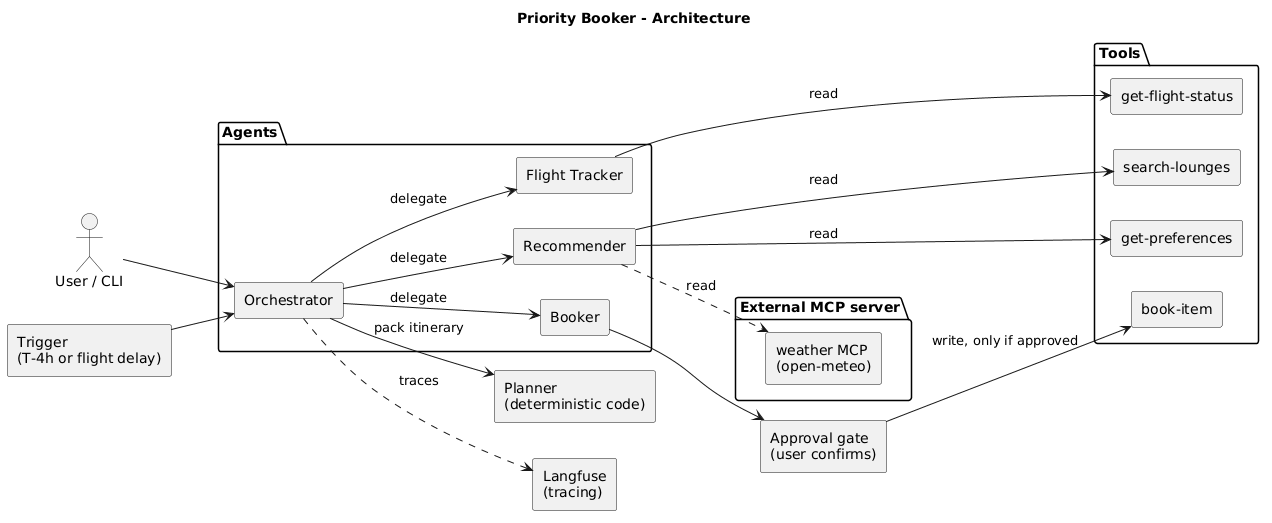
KevinDmello02/priority-booker keeps this PlantUML diagram as docs/diagrams/out/priority-booker-architecture.png. Above is the earlier version. Its diagram source:
```plantuml
@startuml
title Priority Booker - Architecture
left to right direction
skinparam componentStyle rectangle
skinparam shadowing false

actor "User / CLI" as User
rectangle "Trigger\n(T-4h or flight delay)" as Trigger

package "Agents" {
  component "Orchestrator" as O
  component "Flight Tracker" as FT
  component "Recommender" as R
  component "Booker" as B
}

component "Planner\n(deterministic code)" as P

rectangle "Approval gate\n(user confirms)" as G

package "Tools" {
  component "get-flight-status" as T1
  component "search-lounges" as T2
  component "get-preferences" as T3
  component "book-item" as T4
}

package "External MCP server" {
  component "weather MCP\n(open-meteo)" as M1
}

component "Langfuse\n(tracing)" as LF

User --> O
Trigger --> O
O --> FT : delegate
O --> R : delegate
O --> P : pack itinerary
O --> B : delegate
FT --> T1 : read
R --> T2 : read
R --> T3 : read
R ..> M1 : read
B --> G
G --> T4 : write, only if approved
O ..> LF : traces
@enduml
```
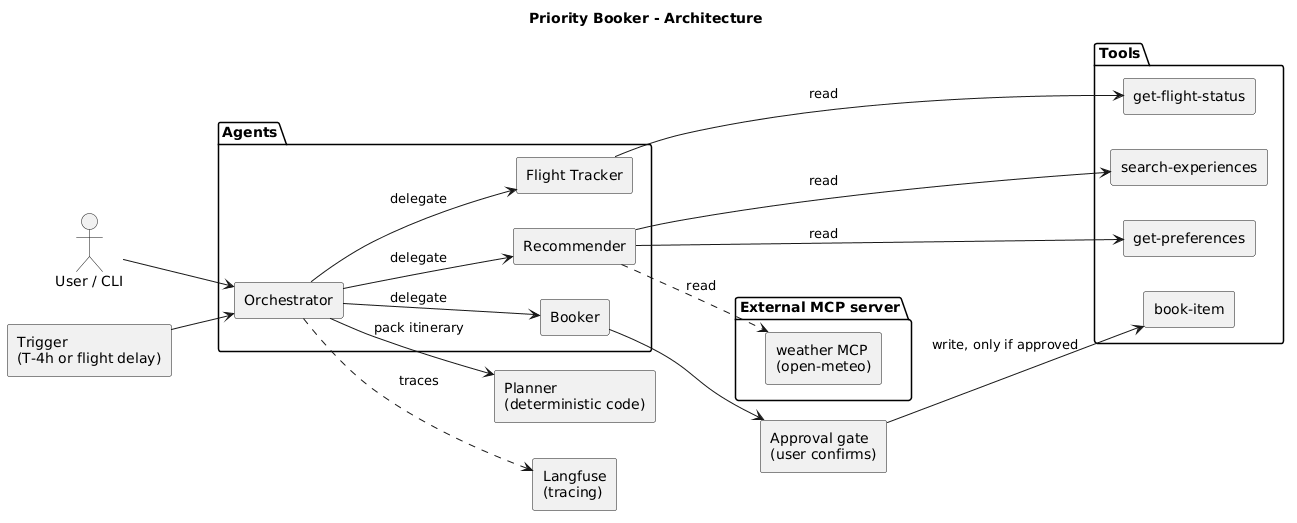
Above is the later version.

Commit message:
docs: rename search-lounges tool to search-experiences

Change to the diagram source:
```diff
@@ -20,7 +20,7 @@
 
 package "Tools" {
   component "get-flight-status" as T1
-  component "search-lounges" as T2
+  component "search-experiences" as T2
   component "get-preferences" as T3
   component "book-item" as T4
 }
```
